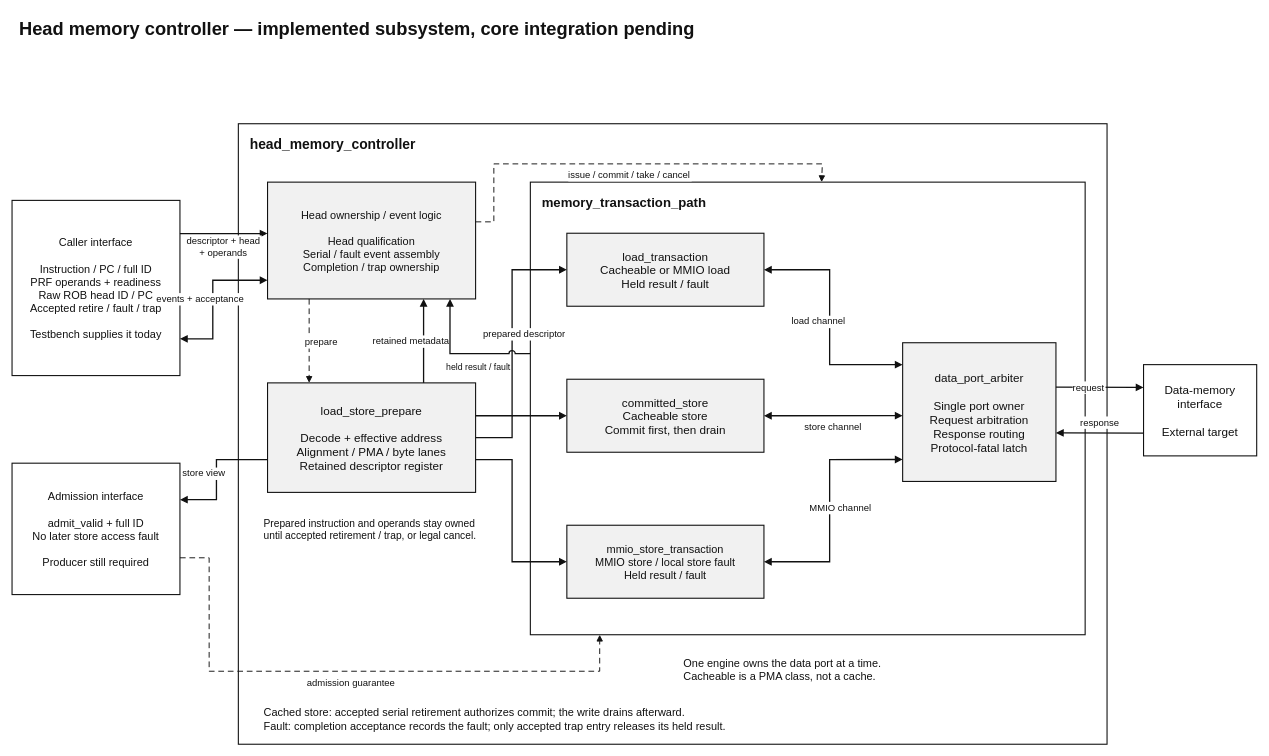
Above: page "Head memory controller" (2 of 2) of docs/diagrams/core.drawio in HuyHuy-bit/Spec-OoO-RV32I-Processor (draw.io), before the change. Source tidied: cells renumbered, new cells numbered last; positions are measured from the earlier drawing's top-left corner, leaving out a move shared by most shapes. Both pictures are drawn from the tidied source at 73%, with x=0, y=0 at pixel (12, 12).
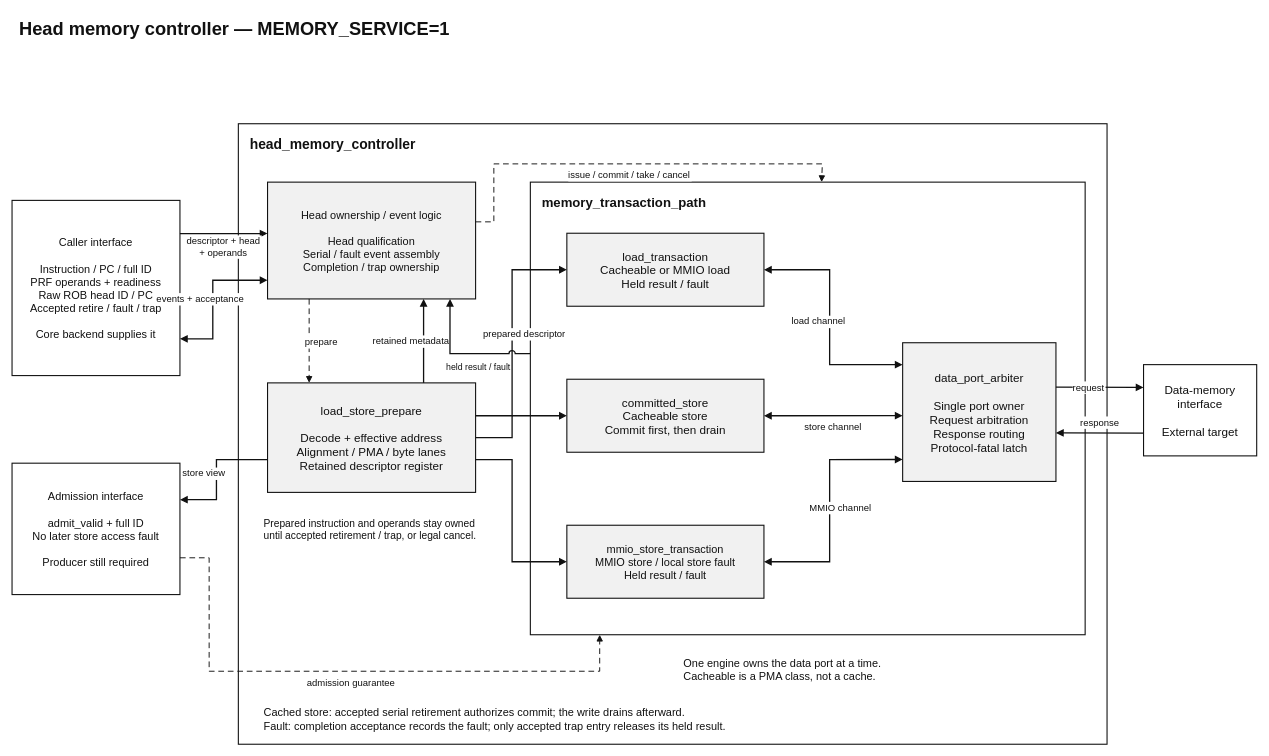
Above is the later version.

What changed in the source:
```diff
@@
-    <mxCell id="2" value="Head memory controller — implemented subsystem, core integration pending" style="rounded=0;html=0;whiteSpace=nowrap;fontFamily=Arial;fontColor=#111111;strokeColor=#111111;strokeWidth=1.5;shadow=0;fillColor=#ffffff;align=center;verticalAlign=middle;spacing=8;fontSize=25;strokeColor=none;fillColor=none;align=left;spacing=0;fontStyle=1;" parent="1" vertex="1">
+    <mxCell id="2" value="Head memory controller — MEMORY_SERVICE=1" style="rounded=0;html=0;whiteSpace=nowrap;fontFamily=Arial;fontColor=#111111;strokeColor=#111111;strokeWidth=1.5;shadow=0;fillColor=#ffffff;align=center;verticalAlign=middle;spacing=8;fontSize=25;strokeColor=none;fillColor=none;align=left;spacing=0;fontStyle=1;" parent="1" vertex="1">
       <mxGeometry x="10" width="1680" height="40" as="geometry" />
     </mxCell>
@@
-    <mxCell id="4" value="Caller interface&#10;&#10;Instruction / PC / full ID&#10;PRF operands + readiness&#10;Raw ROB head ID / PC&#10;Accepted retire / fault / trap&#10;&#10;Testbench supplies it today" style="rounded=0;html=0;whiteSpace=nowrap;fontFamily=Arial;fontColor=#111111;strokeColor=#111111;strokeWidth=1.5;shadow=0;fillColor=#ffffff;align=center;verticalAlign=middle;spacing=8;fontSize=15;" parent="1" vertex="1">
+    <mxCell id="4" value="Caller interface&#10;&#10;Instruction / PC / full ID&#10;PRF operands + readiness&#10;Raw ROB head ID / PC&#10;Accepted retire / fault / trap&#10;&#10;Core backend supplies it" style="rounded=0;html=0;whiteSpace=nowrap;fontFamily=Arial;fontColor=#111111;strokeColor=#111111;strokeWidth=1.5;shadow=0;fillColor=#ffffff;align=center;verticalAlign=middle;spacing=8;fontSize=15;" parent="1" vertex="1">
       <mxGeometry y="258" width="230" height="240" as="geometry" />
     </mxCell>
```
